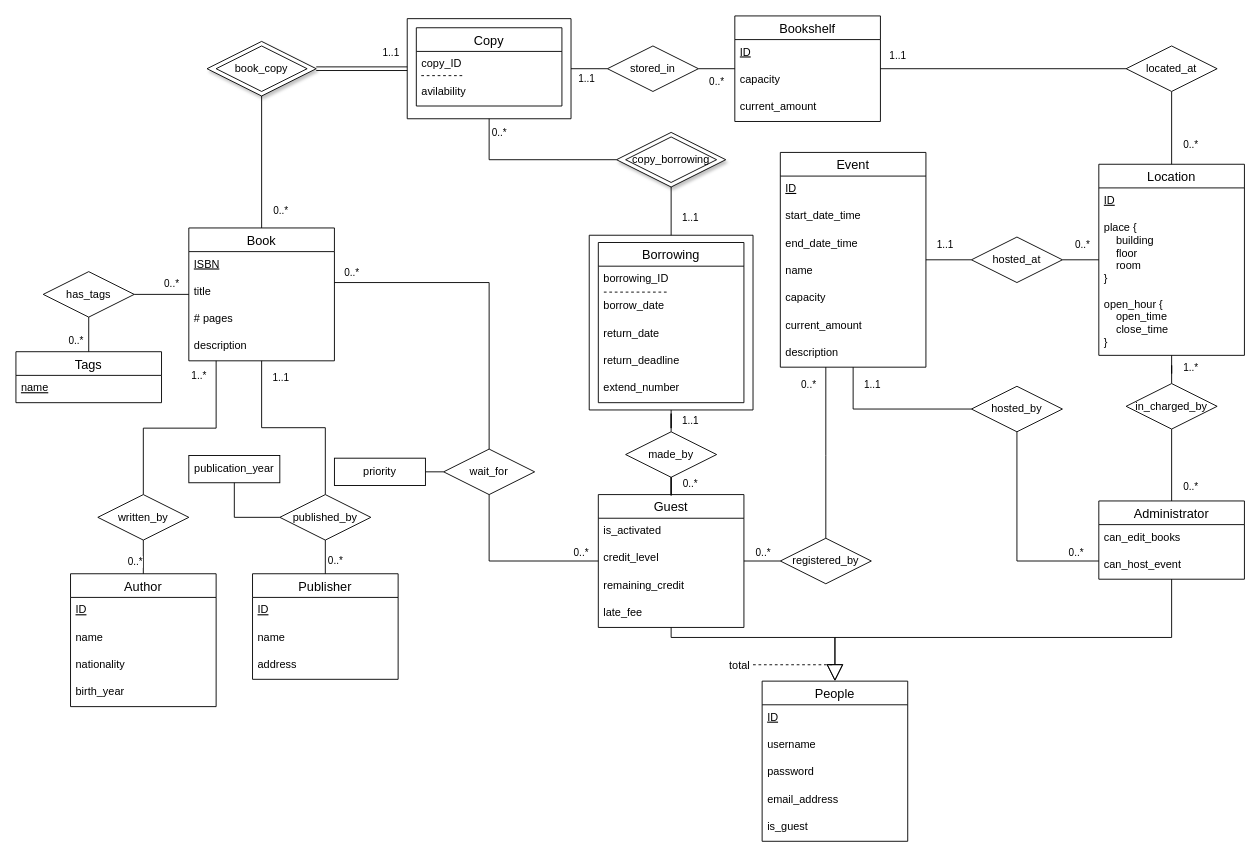
Earlier version of the draw.io diagram schema/er_diagram/ER_diagram_draft.drawio (Kassaking7/eLibraryManagementSystem). Source tidied: cells renumbered, new cells numbered last; positions are measured from the earlier drawing's top-left corner, leaving out a move shared by most shapes. Both pictures are drawn from the tidied source at 91%, with x=0, y=0 at pixel (15, 15).
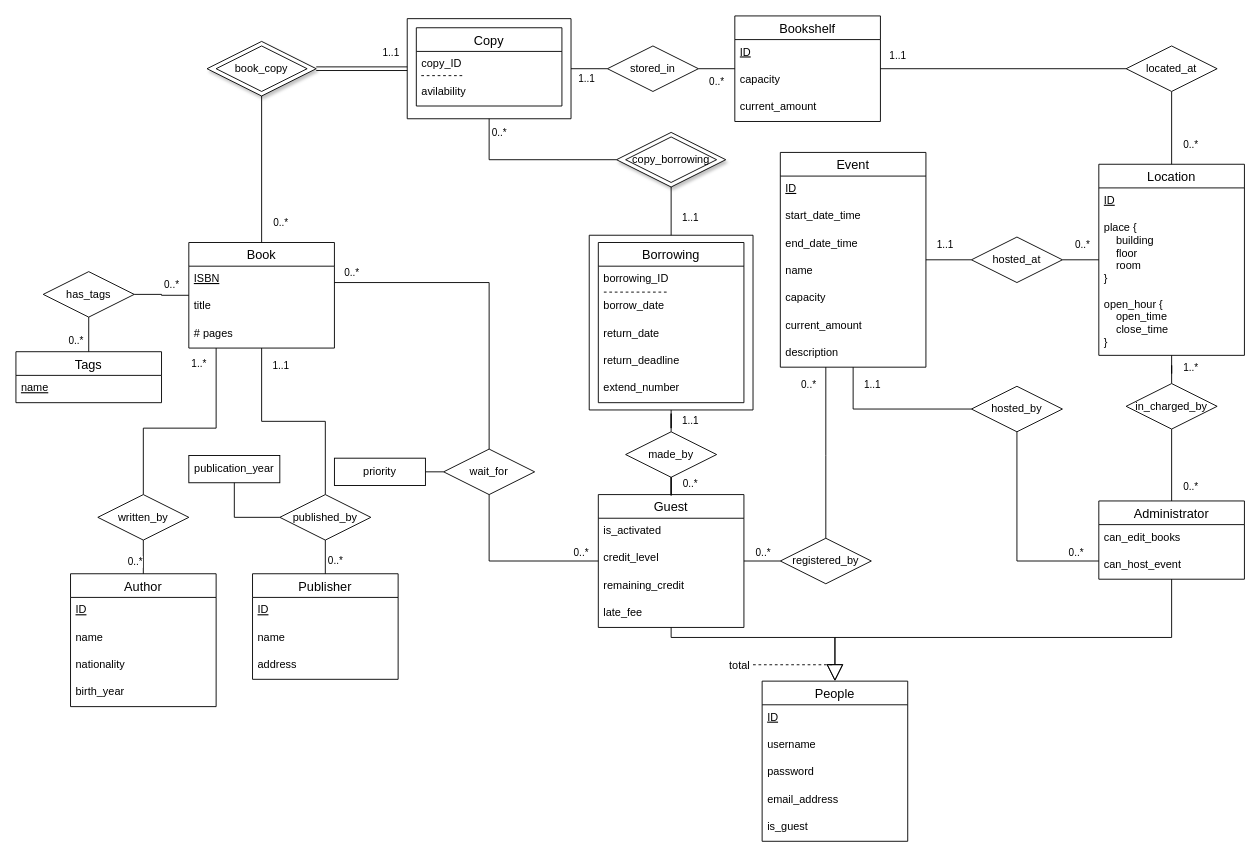
The same page after the edit.

Change to the diagram source:
```diff
@@
     <mxCell id="4" value="Book" style="swimlane;fontStyle=0;horizontal=1;startSize=26;align=center;fontSize=14;" parent="1" vertex="1">
-      <mxGeometry x="190" y="233" width="160" height="146" as="geometry" />
+      <mxGeometry x="190" y="249" width="160" height="116" as="geometry" />
     </mxCell>
@@
-    <mxCell id="8" value="description" style="text;strokeColor=none;fillColor=none;spacingLeft=4;spacingRight=4;overflow=hidden;fontSize=12;" parent="4" vertex="1">
-      <mxGeometry y="116" width="160" height="30" as="geometry" />
-    </mxCell>
```
